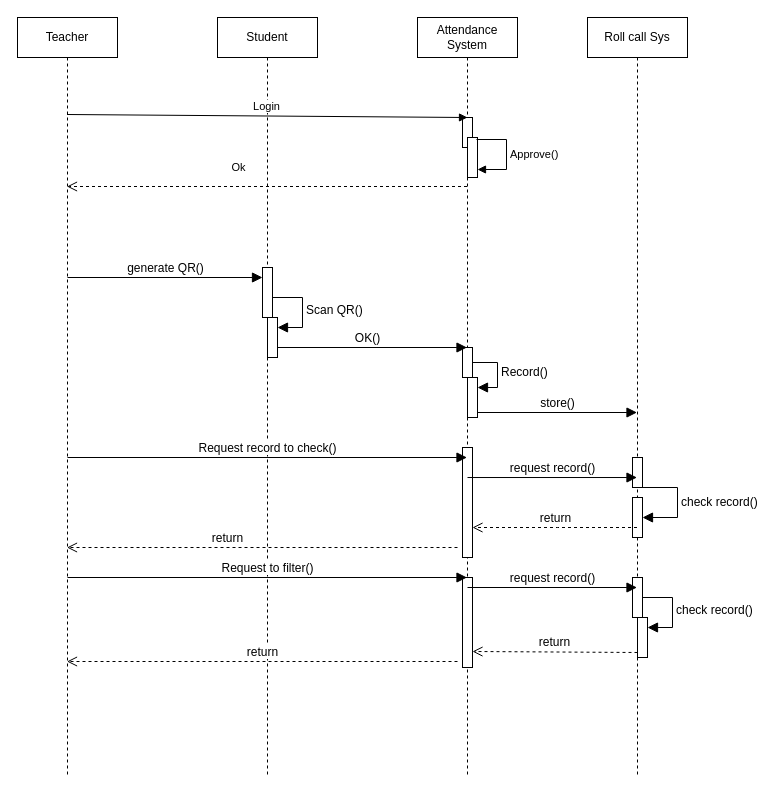
Earlier version of the draw.io diagram Sequence Diagram.drawio (KhunMaungNgwee/InternShipProject). Source tidied: cells renumbered, new cells numbered last; positions are measured from the earlier drawing's top-left corner, leaving out a move shared by most shapes. Both pictures are drawn from the tidied source at 100%, with x=0, y=0 at pixel (17, 17).
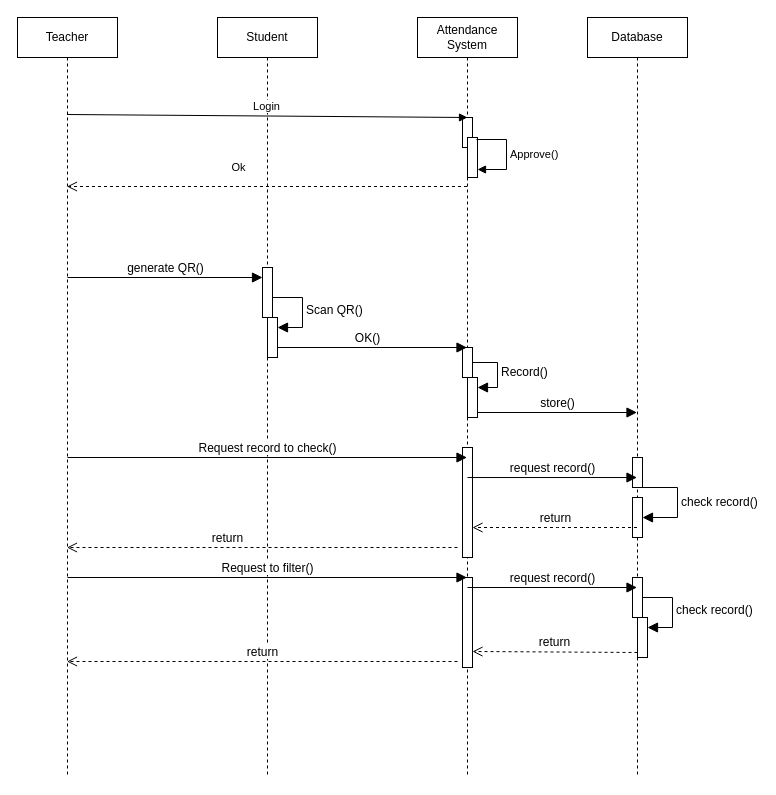
After the change.

The edit, as a diff of the source:
```diff
@@
-    <mxCell id="15" value="Roll call Sys" style="shape=umlLifeline;perimeter=lifelinePerimeter;whiteSpace=wrap;html=1;outlineConnect=0;portConstraint=eastwest;newEdgeStyle={&quot;curved&quot;:0,&quot;rounded&quot;:0};" parent="1" vertex="1">
+    <mxCell id="15" value="Database" style="shape=umlLifeline;perimeter=lifelinePerimeter;whiteSpace=wrap;html=1;outlineConnect=0;portConstraint=eastwest;newEdgeStyle={&quot;curved&quot;:0,&quot;rounded&quot;:0};" parent="1" vertex="1">
       <mxGeometry x="570" width="100" height="760" as="geometry" />
     </mxCell>
```
